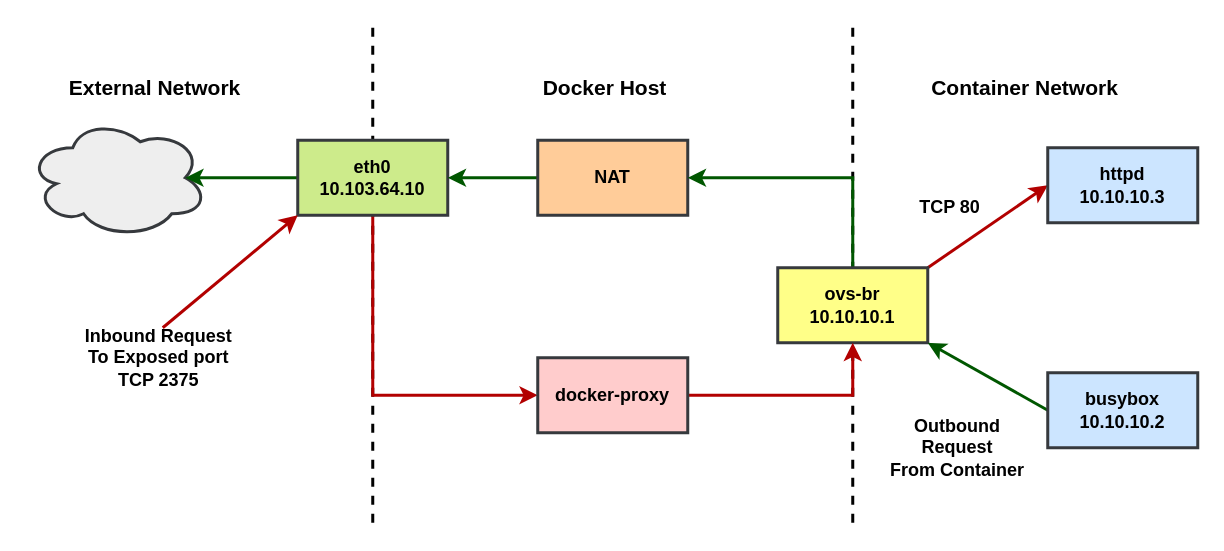
Above: docker ovs dnat.drawio in ctimbai/draw.io (draw.io), before the change. Source tidied: cells renumbered, new cells numbered last; positions are measured from the earlier drawing's top-left corner, leaving out a move shared by most shapes. Both pictures are drawn from the tidied source at 150%, with x=0, y=0 at pixel (27, 27).
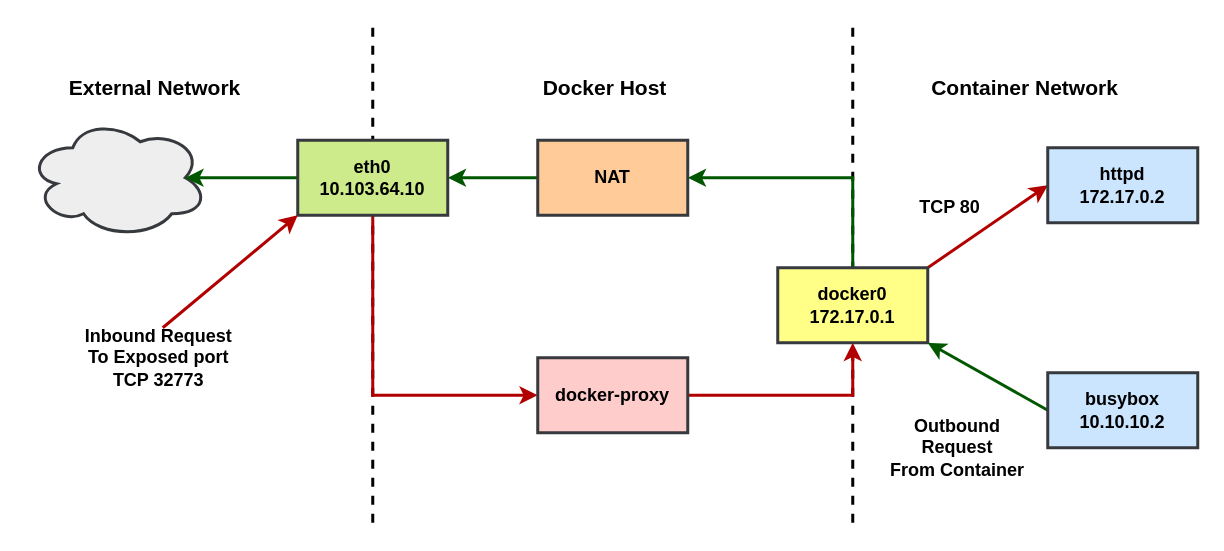
After the change.

What changed in the source:
```diff
@@
-    <mxCell id="12" value="&lt;b&gt;ovs-br&lt;br&gt;10.10.10.1&lt;/b&gt;" style="rounded=0;whiteSpace=wrap;html=1;strokeWidth=2;fillColor=#ffff88;strokeColor=#36393d;" parent="1" vertex="1">
+    <mxCell id="12" value="&lt;b&gt;docker0&lt;br&gt;172.17.0.1&lt;/b&gt;" style="rounded=0;whiteSpace=wrap;html=1;strokeWidth=2;fillColor=#ffff88;strokeColor=#36393d;" parent="1" vertex="1">
       <mxGeometry x="500" y="160" width="100" height="50" as="geometry" />
     </mxCell>
@@
-    <mxCell id="20" value="&lt;b&gt;Inbound Request&lt;br&gt;To Exposed port &lt;br&gt;TCP 2375&lt;/b&gt;" style="text;html=1;strokeColor=none;fillColor=none;align=center;verticalAlign=middle;whiteSpace=wrap;rounded=0;" parent="1" vertex="1">
+    <mxCell id="20" value="&lt;b&gt;Inbound Request&lt;br&gt;To Exposed port &lt;br&gt;TCP 32773&lt;/b&gt;" style="text;html=1;strokeColor=none;fillColor=none;align=center;verticalAlign=middle;whiteSpace=wrap;rounded=0;" parent="1" vertex="1">
       <mxGeometry x="20" y="210" width="135" height="20" as="geometry" />
     </mxCell>
@@
-    <mxCell id="23" value="&lt;b&gt;httpd&lt;br&gt;10.10.10.3&lt;/b&gt;" style="rounded=0;whiteSpace=wrap;html=1;strokeWidth=2;fillColor=#cce5ff;strokeColor=#36393d;" parent="1" vertex="1">
+    <mxCell id="23" value="&lt;b&gt;httpd&lt;br&gt;172.17.0.2&lt;/b&gt;" style="rounded=0;whiteSpace=wrap;html=1;strokeWidth=2;fillColor=#cce5ff;strokeColor=#36393d;" parent="1" vertex="1">
       <mxGeometry x="680" y="80" width="100" height="50" as="geometry" />
     </mxCell>
```
